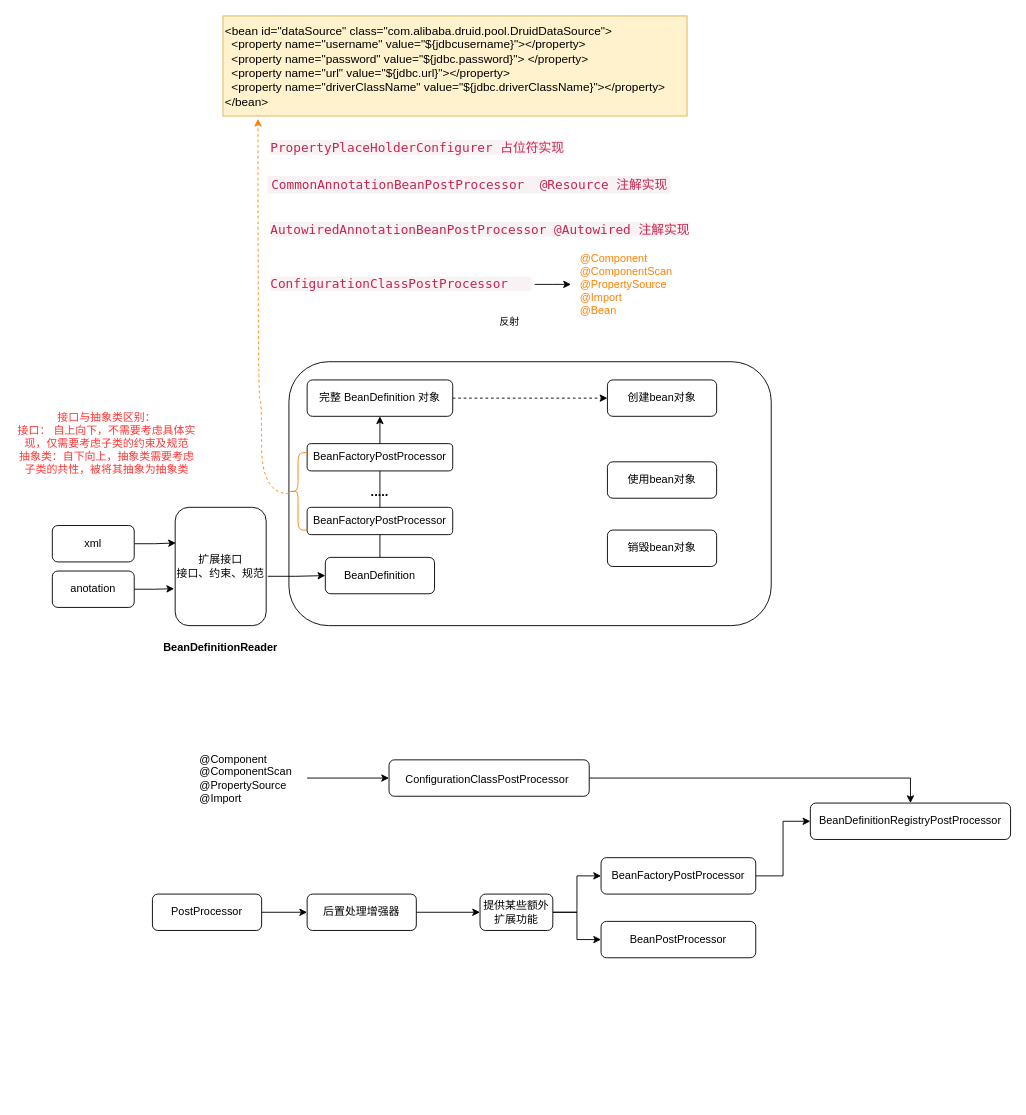
Earlier version of the draw.io diagram page "第 1 页" (1 of 2) of Spring/Spring Bean生命周期分析.drawio (linkypi/xmind). Source tidied: cells renumbered, new cells numbered last; positions are measured from the earlier drawing's top-left corner, leaving out a move shared by most shapes. Both pictures are drawn from the tidied source at 91%, with x=0, y=0 at pixel (15, 15).
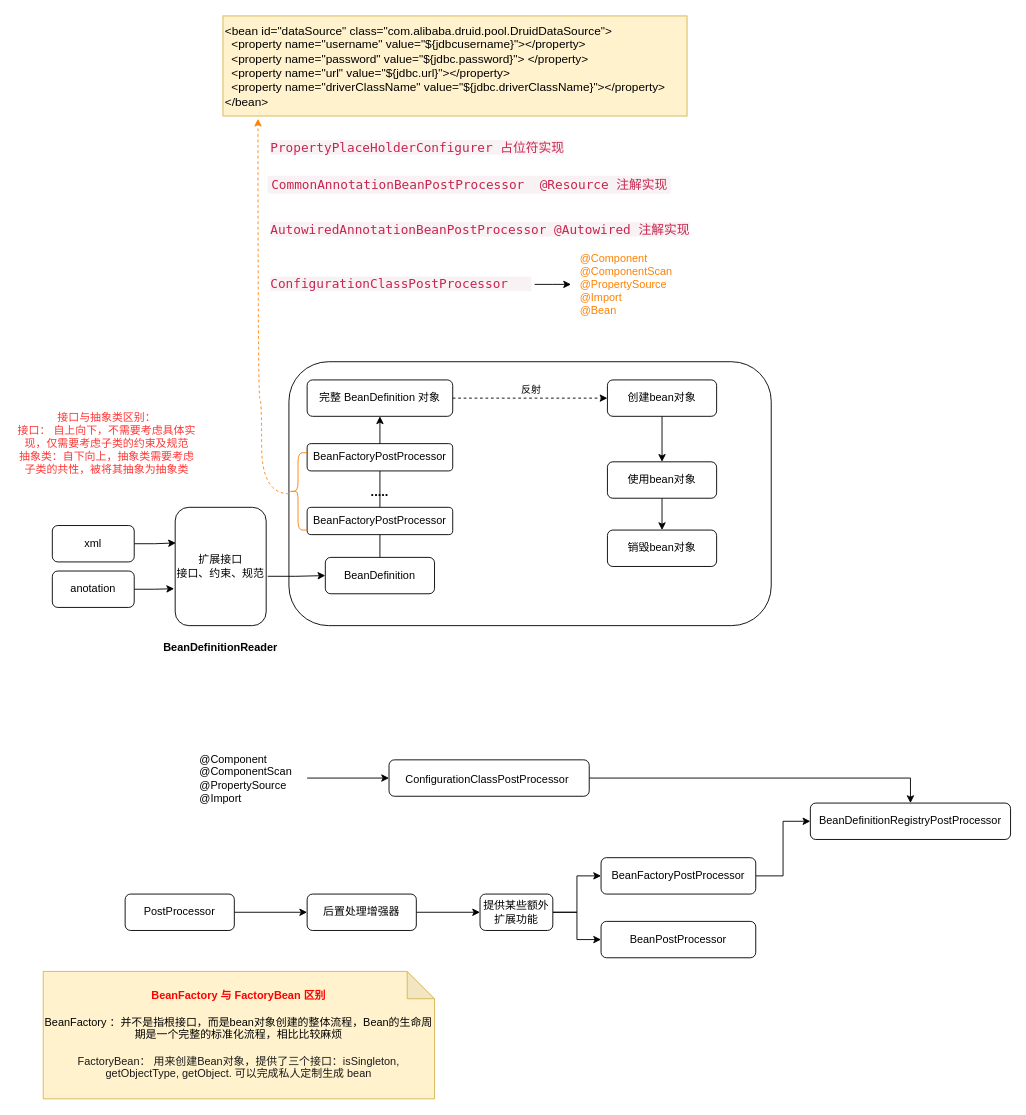
The same page after the edit.

Commit message:
更新spring bean 生命周期

The change refers to these unchanged cells:
```xml
<mxCell id="9" style="edgeStyle=orthogonalEdgeStyle;rounded=0;jettySize=auto;html=1;exitX=1;exitY=0.5;exitDx=0;exitDy=0;entryX=0;entryY=0.5;entryDx=0;entryDy=0;dashed=1;" parent="1" edge="1" source="18" target="19">
  <mxGeometry relative="1" as="geometry" />
</mxCell>
<mxCell id="19" value="创建bean对象" style="rounded=1;whiteSpace=wrap;html=1;" parent="1" vertex="1">
  <mxGeometry x="650" y="400" width="120" height="40" as="geometry" />
</mxCell>
<mxCell id="20" value="使用bean对象" style="rounded=1;whiteSpace=wrap;html=1;" parent="1" vertex="1">
  <mxGeometry x="650" y="490" width="120" height="40" as="geometry" />
</mxCell>
<mxCell id="21" value="销毁bean对象" style="rounded=1;whiteSpace=wrap;html=1;" parent="1" vertex="1">
  <mxGeometry x="650" y="565" width="120" height="40" as="geometry" />
</mxCell>
```

Diff of the diagram source:
```diff
@@
     <mxCell id="10" value="反射" style="edgeLabel;html=1;align=center;verticalAlign=middle;" parent="9" vertex="1">
       <mxGeometry x="-0.59" relative="1" as="geometry">
-        <mxPoint x="26" y="-85" as="offset" />
+        <mxPoint x="50" y="-10" as="offset" />
       </mxGeometry>
     </mxCell>
@@
+    <mxCell id="46" style="edgeStyle=orthogonalEdgeStyle;rounded=1;jettySize=auto;html=1;exitX=0.5;exitY=1;exitDx=0;exitDy=0;entryX=0.5;entryY=0;entryDx=0;entryDy=0;" parent="1" edge="1" source="19" target="20">
+      <mxGeometry relative="1" as="geometry" />
+    </mxCell>
@@
+    <mxCell id="47" style="edgeStyle=orthogonalEdgeStyle;rounded=1;jettySize=auto;html=1;exitX=0.5;exitY=1;exitDx=0;exitDy=0;entryX=0.5;entryY=0;entryDx=0;entryDy=0;" parent="1" edge="1" source="20" target="21">
+      <mxGeometry relative="1" as="geometry" />
+    </mxCell>
@@
     <mxCell id="24" value="PostProcessor" style="rounded=1;whiteSpace=wrap;html=1;" parent="1" vertex="1">
-      <mxGeometry x="150" y="965" width="120" height="40" as="geometry" />
+      <mxGeometry x="120" y="965" width="120" height="40" as="geometry" />
     </mxCell>
@@
+    <mxCell id="48" value="&lt;font color=&quot;#ff0000&quot;&gt;&lt;b&gt;BeanFactory 与 FactoryBean 区别&lt;br&gt;&lt;br&gt;&lt;/b&gt;&lt;/font&gt;BeanFactory ：并不是指根接口，而是bean对象创建的整体流程，Bean的生命周期是一个完整的标准化流程，相比比较麻烦&lt;br&gt;&lt;br&gt;&lt;font color=&quot;#1a1a1a&quot;&gt;FactoryBean： 用来创建Bean对象，提供了三个接口：isSingleton, getObjectType, getObject. 可以完成私人定制生成 bean&lt;/font&gt;" style="shape=note;whiteSpace=wrap;html=1;backgroundOutline=1;darkOpacity=0.05;rounded=1;fillColor=#fff2cc;strokeColor=#d6b656;" parent="1" vertex="1">
+      <mxGeometry x="30" y="1050" width="430" height="140" as="geometry" />
+    </mxCell>
```
